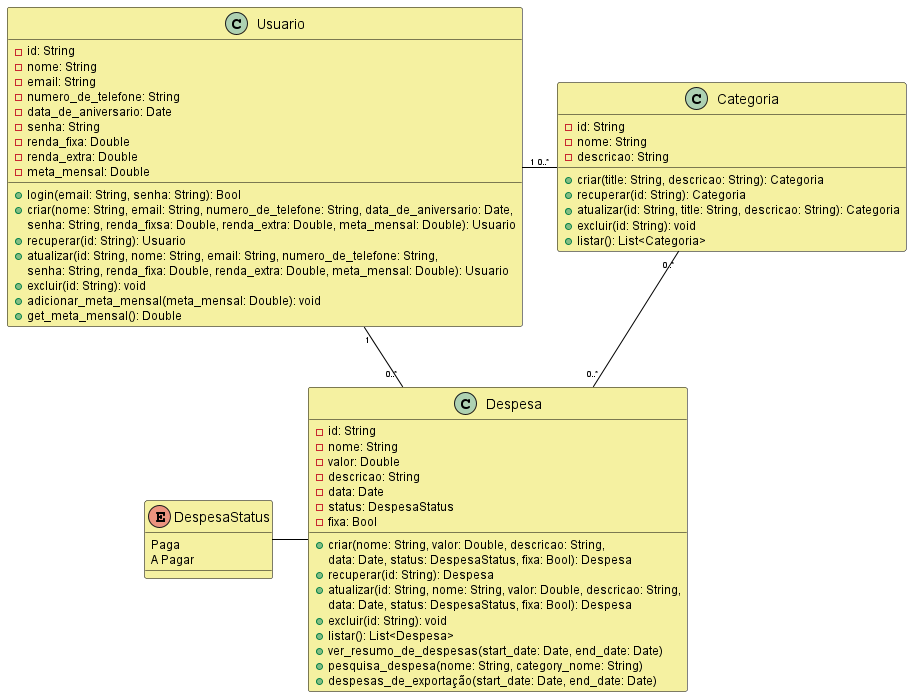
The PlantUML diagram documents/class_diagram/Diagrama de classes.png in LucasMairon/FinanSee, before a commit.
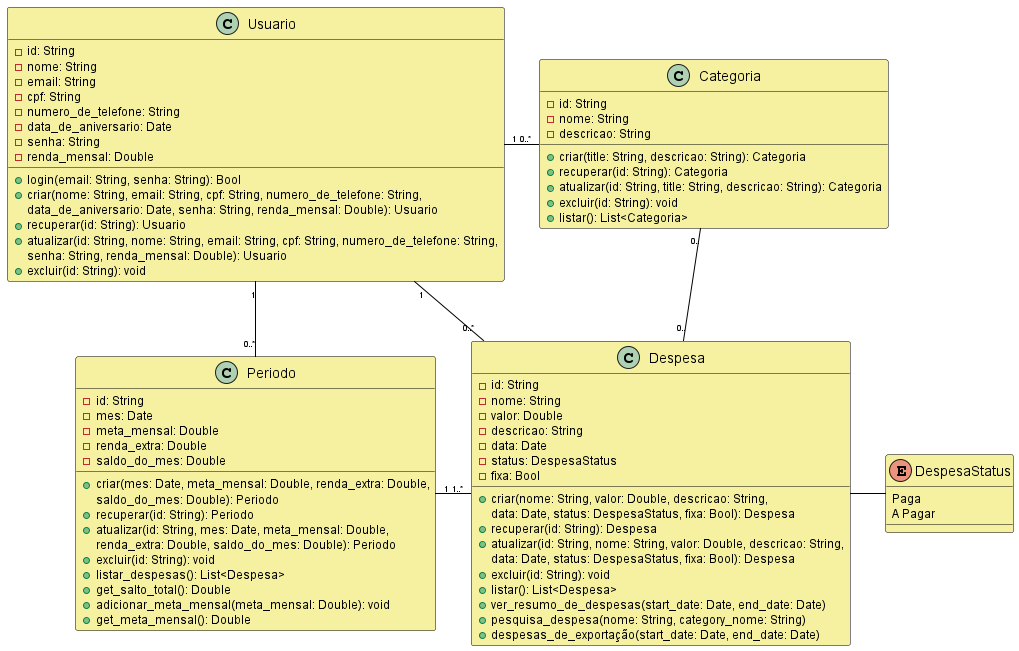
After the change.

Commit message:
docs: updating class diagram

What changed in the source:
```diff
@@ -9,65 +9,86 @@
 
 
 class Usuario {
- -id: String
- -nome: String
- -email: String
- -numero_de_telefone: String
- -data_de_aniversario: Date
- -senha: String
- -renda_fixa: Double
- -renda_extra: Double
- -meta_mensal: Double
- +login(email: String, senha: String): Bool
- +criar(nome: String, email: String, numero_de_telefone: String, data_de_aniversario: Date,
-  senha: String, renda_fixsa: Double, renda_extra: Double, meta_mensal: Double): Usuario
- +recuperar(id: String): Usuario
- +atualizar(id: String, nome: String, email: String, numero_de_telefone: String,
- senha: String, renda_fixa: Double, renda_extra: Double, meta_mensal: Double): Usuario
- +excluir(id: String): void
- +adicionar_meta_mensal(meta_mensal: Double): void
- +get_meta_mensal(): Double
+    -id: String
+    -nome: String
+    -email: String
+    -cpf: String
+    -numero_de_telefone: String
+    -data_de_aniversario: Date
+    -senha: String
+    -renda_mensal: Double
+    +login(email: String, senha: String): Bool
+    +criar(nome: String, email: String, cpf: String, numero_de_telefone: String,
+    data_de_aniversario: Date, senha: String, renda_mensal: Double): Usuario
+    +recuperar(id: String): Usuario
+    +atualizar(id: String, nome: String, email: String, cpf: String, numero_de_telefone: String,
+    senha: String, renda_mensal: Double): Usuario
+    +excluir(id: String): void
 }
 
 class Despesa {
- -id: String
- -nome: String
- -valor: Double
- -descricao: String
- -data: Date
- -status: DespesaStatus
- -fixa: Bool
- +criar(nome: String, valor: Double, descricao: String,
-  data: Date, status: DespesaStatus, fixa: Bool): Despesa
- +recuperar(id: String): Despesa
- +atualizar(id: String, nome: String, valor: Double, descricao: String,
-  data: Date, status: DespesaStatus, fixa: Bool): Despesa
- +excluir(id: String): void
- +listar(): List<Despesa>
- +ver_resumo_de_despesas(start_date: Date, end_date: Date)
- +pesquisa_despesa(nome: String, category_nome: String)
- +despesas_de_exportação(start_date: Date, end_date: Date)
+    -id: String
+    -nome: String
+    -valor: Double
+    -descricao: String
+    -data: Date
+    -status: DespesaStatus
+    -fixa: Bool
+    +criar(nome: String, valor: Double, descricao: String,
+    data: Date, status: DespesaStatus, fixa: Bool): Despesa
+    +recuperar(id: String): Despesa
+    +atualizar(id: String, nome: String, valor: Double, descricao: String,
+    data: Date, status: DespesaStatus, fixa: Bool): Despesa
+    +excluir(id: String): void
+    +listar(): List<Despesa>
+    +ver_resumo_de_despesas(start_date: Date, end_date: Date)
+    +pesquisa_despesa(nome: String, category_nome: String)
+    +despesas_de_exportação(start_date: Date, end_date: Date)
 }
 
+
 class Categoria {
- -id: String
- -nome: String
- -descricao: String
- +criar(title: String, descricao: String): Categoria
- +recuperar(id: String): Categoria
- +atualizar(id: String, title: String, descricao: String): Categoria
- +excluir(id: String): void
- +listar(): List<Categoria>
+    -id: String
+    -nome: String
+    -descricao: String
+    +criar(title: String, descricao: String): Categoria
+    +recuperar(id: String): Categoria
+    +atualizar(id: String, title: String, descricao: String): Categoria
+    +excluir(id: String): void
+    +listar(): List<Categoria>
 }
 
-enum DespesaStatus {
- Paga
- A Pagar
+
+class Periodo {
+    -id: String
+    -mes: Date
+    -meta_mensal: Double
+    -renda_extra: Double
+    -saldo_do_mes: Double
+    +criar(mes: Date, meta_mensal: Double, renda_extra: Double,
+    saldo_do_mes: Double): Periodo
+    +recuperar(id: String): Periodo
+    +atualizar(id: String, mes: Date, meta_mensal: Double,
+    renda_extra: Double, saldo_do_mes: Double): Periodo
+    +excluir(id: String): void
+    +listar_despesas(): List<Despesa>
+    +get_salto_total(): Double
+    +adicionar_meta_mensal(meta_mensal: Double): void
+    +get_meta_mensal(): Double
 }
 
+
+enum DespesaStatus {
+    Paga
+    A Pagar
+}
+
+
+Usuario"1" -- "0..*"Periodo
 Usuario"1" -down- "0..*"Despesa
 Usuario"1" -right- "0..*"Categoria
-Despesa"0..*" -up- "0..*"Categoria
-Despesa -left- DespesaStatus
+Despesa"0.." -up- "0.."Categoria
+Despesa -right- DespesaStatus
+Despesa"1..*" -left- "1"Periodo
 
 @enduml
```
